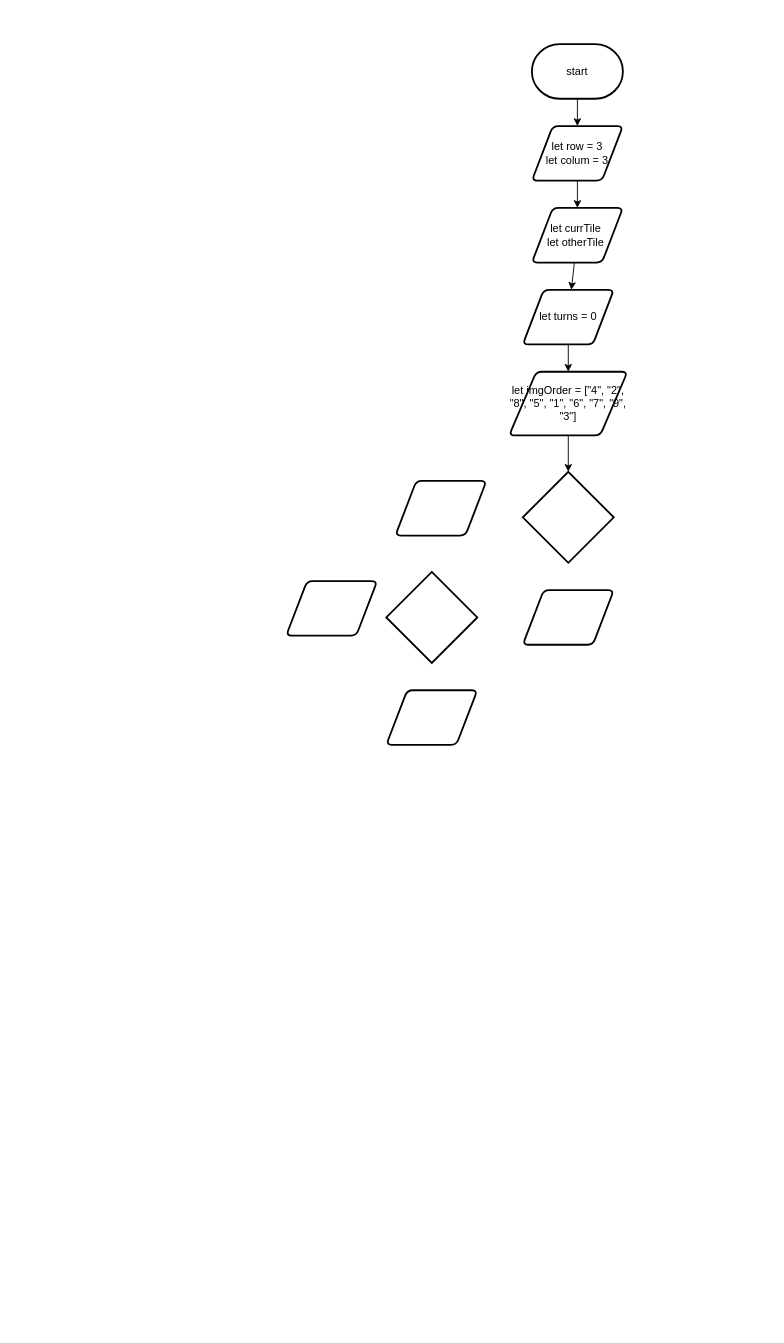
Chloe-Havel/ICS2O-Final-Project-Chloe keeps this draw.io diagram as flowchart.drawio. Above is the earlier version. Source tidied: cells renumbered, new cells numbered last; positions are measured from the earlier drawing's top-left corner, leaving out a move shared by most shapes. Both pictures are drawn from the tidied source at 91%, with x=0, y=0 at pixel (286, 44).
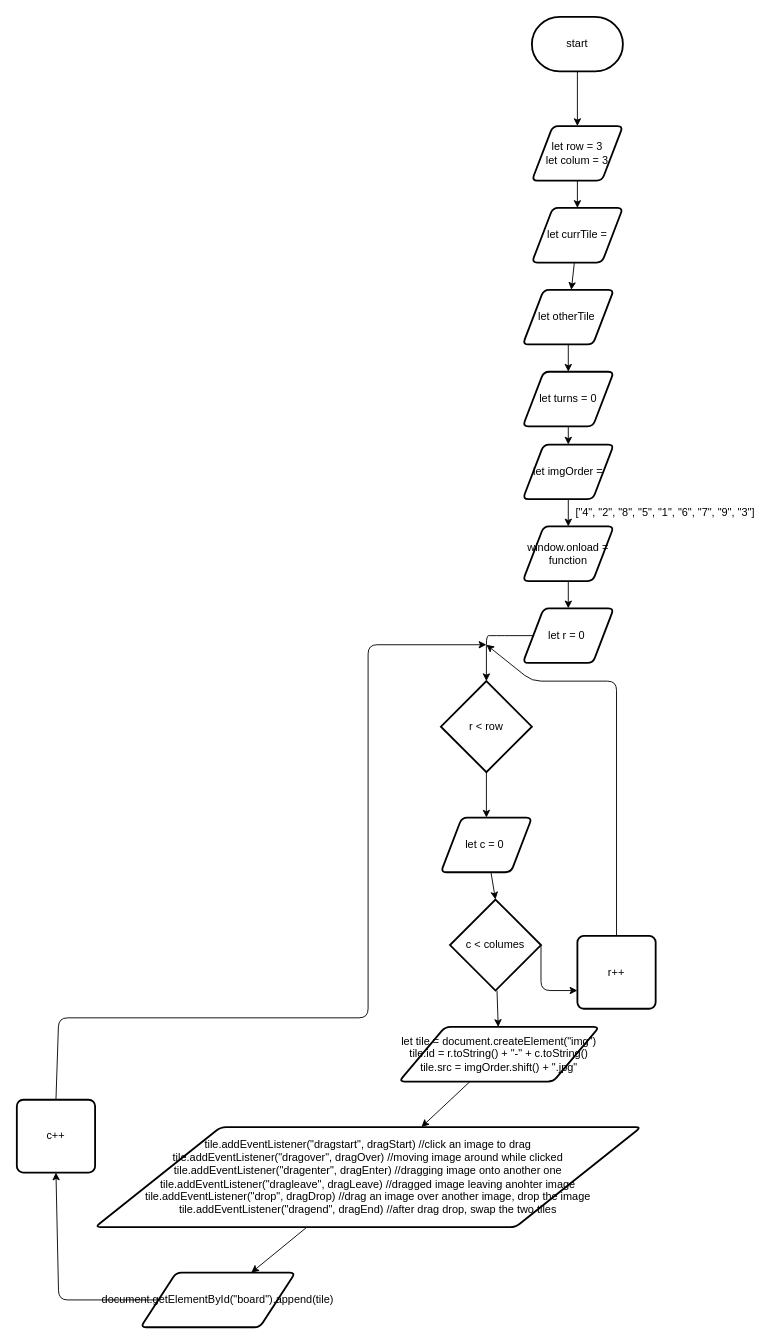
The same page after the edit.

What changed in the source:
```diff
@@
     <mxCell id="3" value="start" style="strokeWidth=2;html=1;shape=mxgraph.flowchart.terminator;whiteSpace=wrap;" parent="1" vertex="1">
-      <mxGeometry x="270" width="100" height="60" as="geometry" />
+      <mxGeometry x="270" y="-30" width="100" height="60" as="geometry" />
     </mxCell>
@@
-    <mxCell id="7" value="let currTile&amp;nbsp;&lt;br&gt;let otherTile&amp;nbsp;" style="shape=parallelogram;html=1;strokeWidth=2;perimeter=parallelogramPerimeter;whiteSpace=wrap;rounded=1;arcSize=12;size=0.23;" parent="1" vertex="1">
+    <mxCell id="7" value="let currTile =" style="shape=parallelogram;html=1;strokeWidth=2;perimeter=parallelogramPerimeter;whiteSpace=wrap;rounded=1;arcSize=12;size=0.23;" parent="1" vertex="1">
       <mxGeometry x="270" y="180" width="100" height="60" as="geometry" />
     </mxCell>
-    <mxCell id="8" style="edgeStyle=none;html=1;" parent="1" edge="1" source="9" target="11">
-      <mxGeometry relative="1" as="geometry" />
-    </mxCell>
+    <mxCell id="18" style="edgeStyle=none;html=1;" parent="1" edge="1" source="9" target="14">
+      <mxGeometry relative="1" as="geometry" />
+    </mxCell>
-    <mxCell id="9" value="let turns = 0" style="shape=parallelogram;html=1;strokeWidth=2;perimeter=parallelogramPerimeter;whiteSpace=wrap;rounded=1;arcSize=12;size=0.23;" parent="1" vertex="1">
+    <mxCell id="9" value="let otherTile&amp;nbsp;" style="shape=parallelogram;html=1;strokeWidth=2;perimeter=parallelogramPerimeter;whiteSpace=wrap;rounded=1;arcSize=12;size=0.23;" parent="1" vertex="1">
       <mxGeometry x="260" y="270" width="100" height="60" as="geometry" />
     </mxCell>
-    <mxCell id="10" style="edgeStyle=none;html=1;entryX=0.5;entryY=0;entryDx=0;entryDy=0;entryPerimeter=0;" parent="1" edge="1" source="11" target="12">
-      <mxGeometry relative="1" as="geometry" />
-    </mxCell>
-    <mxCell id="11" value="let imgOrder = [&quot;4&quot;, &quot;2&quot;, &quot;8&quot;, &quot;5&quot;, &quot;1&quot;, &quot;6&quot;, &quot;7&quot;, &quot;9&quot;, &quot;3&quot;]" style="shape=parallelogram;html=1;strokeWidth=2;perimeter=parallelogramPerimeter;whiteSpace=wrap;rounded=1;arcSize=12;size=0.23;" parent="1" vertex="1">
-      <mxGeometry x="245" y="360" width="130" height="70" as="geometry" />
-    </mxCell>
-    <mxCell id="12" style="strokeWidth=2;html=1;shape=mxgraph.flowchart.decision;whiteSpace=wrap;" parent="1" vertex="1">
-      <mxGeometry x="260" y="470" width="100" height="100" as="geometry" />
-    </mxCell>
+    <mxCell id="19" style="edgeStyle=none;html=1;" parent="1" edge="1" source="13" target="16">
+      <mxGeometry relative="1" as="geometry" />
+    </mxCell>
-    <mxCell id="13" style="shape=parallelogram;html=1;strokeWidth=2;perimeter=parallelogramPerimeter;whiteSpace=wrap;rounded=1;arcSize=12;size=0.23;" parent="1" vertex="1">
-      <mxGeometry x="260" y="600" width="100" height="60" as="geometry" />
+    <mxCell id="13" value="window.onload = function" style="shape=parallelogram;html=1;strokeWidth=2;perimeter=parallelogramPerimeter;whiteSpace=wrap;rounded=1;arcSize=12;size=0.23;" parent="1" vertex="1">
+      <mxGeometry x="260" y="530" width="100" height="60" as="geometry" />
     </mxCell>
+    <mxCell id="20" style="edgeStyle=none;html=1;" parent="1" edge="1" source="14" target="17">
+      <mxGeometry relative="1" as="geometry" />
+    </mxCell>
-    <mxCell id="14" style="shape=parallelogram;html=1;strokeWidth=2;perimeter=parallelogramPerimeter;whiteSpace=wrap;rounded=1;arcSize=12;size=0.23;" parent="1" vertex="1">
-      <mxGeometry x="120" y="480" width="100" height="60" as="geometry" />
+    <mxCell id="14" value="let turns = 0" style="shape=parallelogram;html=1;strokeWidth=2;perimeter=parallelogramPerimeter;whiteSpace=wrap;rounded=1;arcSize=12;size=0.23;" parent="1" vertex="1">
+      <mxGeometry x="260" y="360" width="100" height="60" as="geometry" />
     </mxCell>
+    <mxCell id="21" style="edgeStyle=none;html=1;entryX=0.5;entryY=0;entryDx=0;entryDy=0;" parent="1" edge="1" source="15" target="26">
+      <mxGeometry relative="1" as="geometry" />
+    </mxCell>
-    <mxCell id="15" style="strokeWidth=2;html=1;shape=mxgraph.flowchart.decision;whiteSpace=wrap;" parent="1" vertex="1">
-      <mxGeometry x="110" y="580" width="100" height="100" as="geometry" />
+    <mxCell id="15" value="r &amp;lt; row" style="strokeWidth=2;html=1;shape=mxgraph.flowchart.decision;whiteSpace=wrap;" parent="1" vertex="1">
+      <mxGeometry x="170" y="700" width="100" height="100" as="geometry" />
     </mxCell>
+    <mxCell id="22" style="edgeStyle=none;html=1;" parent="1" edge="1" source="16" target="15">
+      <mxGeometry relative="1" as="geometry">
+        <Array as="points">
+          <mxPoint x="230" y="650" />
+          <mxPoint x="220" y="650" />
+          <mxPoint x="220" y="700" />
+        </Array>
+      </mxGeometry>
+    </mxCell>
-    <mxCell id="16" style="shape=parallelogram;html=1;strokeWidth=2;perimeter=parallelogramPerimeter;whiteSpace=wrap;rounded=1;arcSize=12;size=0.23;" parent="1" vertex="1">
-      <mxGeometry x="110" y="710" width="100" height="60" as="geometry" />
+    <mxCell id="16" value="let r = 0&amp;nbsp;" style="shape=parallelogram;html=1;strokeWidth=2;perimeter=parallelogramPerimeter;whiteSpace=wrap;rounded=1;arcSize=12;size=0.23;" parent="1" vertex="1">
+      <mxGeometry x="260" y="620" width="100" height="60" as="geometry" />
     </mxCell>
+    <mxCell id="23" style="edgeStyle=none;html=1;" parent="1" edge="1" source="17" target="13">
+      <mxGeometry relative="1" as="geometry" />
+    </mxCell>
-    <mxCell id="17" style="shape=parallelogram;html=1;strokeWidth=2;perimeter=parallelogramPerimeter;whiteSpace=wrap;rounded=1;arcSize=12;size=0.23;" parent="1" vertex="1">
-      <mxGeometry y="590" width="100" height="60" as="geometry" />
+    <mxCell id="17" value="let imgOrder =" style="shape=parallelogram;html=1;strokeWidth=2;perimeter=parallelogramPerimeter;whiteSpace=wrap;rounded=1;arcSize=12;size=0.23;" parent="1" vertex="1">
+      <mxGeometry x="260" y="440" width="100" height="60" as="geometry" />
     </mxCell>
+    <mxCell id="24" value="&amp;nbsp;[&quot;4&quot;, &quot;2&quot;, &quot;8&quot;, &quot;5&quot;, &quot;1&quot;, &quot;6&quot;, &quot;7&quot;, &quot;9&quot;, &quot;3&quot;]" style="text;html=1;strokeColor=none;fillColor=none;align=center;verticalAlign=middle;whiteSpace=wrap;rounded=0;" parent="1" vertex="1">
+      <mxGeometry x="300" y="500" width="230" height="30" as="geometry" />
+    </mxCell>
+    <mxCell id="25" style="edgeStyle=none;html=1;entryX=0.5;entryY=0;entryDx=0;entryDy=0;entryPerimeter=0;" parent="1" edge="1" source="26" target="29">
+      <mxGeometry relative="1" as="geometry" />
+    </mxCell>
+    <mxCell id="26" value="let c = 0&amp;nbsp;" style="shape=parallelogram;html=1;strokeWidth=2;perimeter=parallelogramPerimeter;whiteSpace=wrap;rounded=1;arcSize=12;size=0.23;" parent="1" vertex="1">
+      <mxGeometry x="170" y="850" width="100" height="60" as="geometry" />
+    </mxCell>
+    <mxCell id="27" style="edgeStyle=none;html=1;entryX=0;entryY=0.75;entryDx=0;entryDy=0;" parent="1" edge="1" source="29" target="31">
+      <mxGeometry relative="1" as="geometry">
+        <Array as="points">
+          <mxPoint x="280" y="990" />
+          <mxPoint x="280" y="1040" />
+        </Array>
+      </mxGeometry>
+    </mxCell>
+    <mxCell id="28" style="edgeStyle=none;html=1;" parent="1" edge="1" source="29" target="33">
+      <mxGeometry relative="1" as="geometry" />
+    </mxCell>
+    <mxCell id="29" value="c &amp;lt; columes" style="strokeWidth=2;html=1;shape=mxgraph.flowchart.decision;whiteSpace=wrap;" parent="1" vertex="1">
+      <mxGeometry x="180" y="940" width="100" height="100" as="geometry" />
+    </mxCell>
+    <mxCell id="30" style="edgeStyle=none;html=1;" parent="1" edge="1" source="31">
+      <mxGeometry relative="1" as="geometry">
+        <mxPoint x="220" y="660" as="targetPoint" />
+        <Array as="points">
+          <mxPoint x="363" y="700" />
+          <mxPoint x="270" y="700" />
+        </Array>
+      </mxGeometry>
+    </mxCell>
+    <mxCell id="31" value="r++" style="rounded=1;whiteSpace=wrap;html=1;absoluteArcSize=1;arcSize=14;strokeWidth=2;" parent="1" vertex="1">
+      <mxGeometry x="320" y="980" width="86" height="80" as="geometry" />
+    </mxCell>
+    <mxCell id="32" style="edgeStyle=none;html=1;" parent="1" edge="1" source="33" target="35">
+      <mxGeometry relative="1" as="geometry" />
+    </mxCell>
+    <mxCell id="33" value="let tile = document.createElement(&quot;img&quot;) tile.id = r.toString() + &quot;-&quot; + c.toString() tile.src = imgOrder.shift() + &quot;.jpg&quot;" style="shape=parallelogram;html=1;strokeWidth=2;perimeter=parallelogramPerimeter;whiteSpace=wrap;rounded=1;arcSize=12;size=0.23;" parent="1" vertex="1">
+      <mxGeometry x="124" y="1080" width="220" height="60" as="geometry" />
+    </mxCell>
+    <mxCell id="34" style="edgeStyle=none;html=1;" parent="1" edge="1" source="35" target="37">
+      <mxGeometry relative="1" as="geometry" />
+    </mxCell>
+    <mxCell id="35" value="tile.addEventListener(&quot;dragstart&quot;, dragStart) //click an image to drag &lt;br&gt;tile.addEventListener(&quot;dragover&quot;, dragOver) //moving image around while clicked tile.addEventListener(&quot;dragenter&quot;, dragEnter) //dragging image onto another one tile.addEventListener(&quot;dragleave&quot;, dragLeave) //dragged image leaving anohter image tile.addEventListener(&quot;drop&quot;, dragDrop) //drag an image over another image, drop the image tile.addEventListener(&quot;dragend&quot;, dragEnd) //after drag drop, swap the two tiles" style="shape=parallelogram;html=1;strokeWidth=2;perimeter=parallelogramPerimeter;whiteSpace=wrap;rounded=1;arcSize=12;size=0.23;" parent="1" vertex="1">
+      <mxGeometry x="-210" y="1190" width="600" height="110" as="geometry" />
+    </mxCell>
+    <mxCell id="36" style="edgeStyle=none;html=1;entryX=0.5;entryY=1;entryDx=0;entryDy=0;" parent="1" edge="1" source="37" target="39">
+      <mxGeometry relative="1" as="geometry">
+        <Array as="points">
+          <mxPoint x="-250" y="1380" />
+        </Array>
+      </mxGeometry>
+    </mxCell>
+    <mxCell id="37" value="document.getElementById(&quot;board&quot;).append(tile)" style="shape=parallelogram;html=1;strokeWidth=2;perimeter=parallelogramPerimeter;whiteSpace=wrap;rounded=1;arcSize=12;size=0.23;" parent="1" vertex="1">
+      <mxGeometry x="-160" y="1350" width="170" height="60" as="geometry" />
+    </mxCell>
+    <mxCell id="38" style="edgeStyle=none;html=1;exitX=0.5;exitY=0;exitDx=0;exitDy=0;" parent="1" edge="1" source="39">
+      <mxGeometry relative="1" as="geometry">
+        <mxPoint x="220" y="660" as="targetPoint" />
+        <Array as="points">
+          <mxPoint x="-250" y="1070" />
+          <mxPoint x="90" y="1070" />
+          <mxPoint x="90" y="790" />
+          <mxPoint x="90" y="660" />
+        </Array>
+      </mxGeometry>
+    </mxCell>
+    <mxCell id="39" value="c++" style="rounded=1;whiteSpace=wrap;html=1;absoluteArcSize=1;arcSize=14;strokeWidth=2;" parent="1" vertex="1">
+      <mxGeometry x="-296" y="1160" width="86" height="80" as="geometry" />
+    </mxCell>
```
